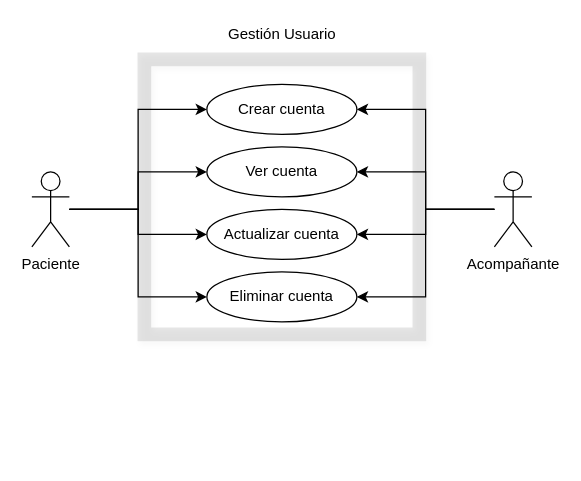
Earlier version of the draw.io diagram Untitled Diagram.drawio (eleanorMarquez/Goniometro). Source tidied: cells renumbered, new cells numbered last; positions are measured from the earlier drawing's top-left corner, leaving out a move shared by most shapes. Both pictures are drawn from the tidied source at 125%, with x=0, y=0 at pixel (31, 21).
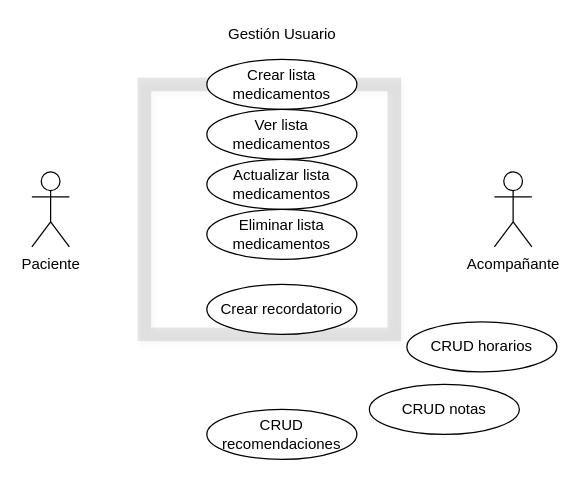
The same page after the edit.

Diff of the diagram source:
```diff
@@
 <mxGraphModel>
   <root>
     <mxCell id="0" />
     <mxCell id="1" parent="0" />
-    <mxCell id="2" style="edgeStyle=orthogonalEdgeStyle;rounded=0;jettySize=auto;html=1;entryX=0;entryY=0.5;entryDx=0;entryDy=0;shadow=0;sketch=0;" parent="1" edge="1" source="6" target="13">
-      <mxGeometry relative="1" as="geometry" />
-    </mxCell>
-    <mxCell id="3" style="edgeStyle=orthogonalEdgeStyle;rounded=0;sketch=0;jettySize=auto;html=1;entryX=0;entryY=0.5;entryDx=0;entryDy=0;shadow=0;" parent="1" edge="1" source="6" target="14">
-      <mxGeometry relative="1" as="geometry" />
-    </mxCell>
-    <mxCell id="4" style="edgeStyle=orthogonalEdgeStyle;rounded=0;sketch=0;jettySize=auto;html=1;entryX=0;entryY=0.5;entryDx=0;entryDy=0;shadow=0;" parent="1" edge="1" source="6" target="15">
-      <mxGeometry relative="1" as="geometry" />
-    </mxCell>
-    <mxCell id="5" style="edgeStyle=orthogonalEdgeStyle;rounded=0;sketch=0;jettySize=auto;html=1;entryX=0;entryY=0.5;entryDx=0;entryDy=0;shadow=0;" parent="1" edge="1" source="6" target="16">
-      <mxGeometry relative="1" as="geometry" />
-    </mxCell>
     <mxCell id="6" value="Paciente" style="shape=umlActor;verticalLabelPosition=bottom;verticalAlign=top;html=1;outlineConnect=0;" parent="1" vertex="1">
       <mxGeometry y="120" width="30" height="60" as="geometry" />
     </mxCell>
-    <mxCell id="7" style="edgeStyle=orthogonalEdgeStyle;rounded=0;sketch=0;jettySize=auto;html=1;entryX=1;entryY=0.5;entryDx=0;entryDy=0;shadow=0;" parent="1" edge="1" source="10" target="13">
-      <mxGeometry relative="1" as="geometry" />
-    </mxCell>
-    <mxCell id="8" style="edgeStyle=orthogonalEdgeStyle;rounded=0;sketch=0;jettySize=auto;html=1;shadow=0;" parent="1" edge="1" source="10" target="14">
-      <mxGeometry relative="1" as="geometry" />
-    </mxCell>
-    <mxCell id="9" style="edgeStyle=orthogonalEdgeStyle;rounded=0;sketch=0;jettySize=auto;html=1;entryX=1;entryY=0.5;entryDx=0;entryDy=0;shadow=0;" parent="1" edge="1" source="10" target="15">
-      <mxGeometry relative="1" as="geometry" />
-    </mxCell>
     <mxCell id="10" value="Acompañante" style="shape=umlActor;verticalLabelPosition=bottom;verticalAlign=top;html=1;outlineConnect=0;" parent="1" vertex="1">
       <mxGeometry x="370" y="120" width="30" height="60" as="geometry" />
     </mxCell>
     <mxCell id="11" value="Gestión Usuario" style="text;html=1;align=center;verticalAlign=middle;strokeColor=none;" parent="1" vertex="1">
       <mxGeometry x="150" width="100" height="20" as="geometry" />
     </mxCell>
     <mxCell id="12" style="whiteSpace=wrap;html=1;opacity=10;glass=0;shadow=1;strokeWidth=11;rounded=0;sketch=0;perimeterSpacing=50;gradientDirection=west;fillColor=none;" parent="1" vertex="1">
-      <mxGeometry x="90" y="30" width="220" height="220" as="geometry" />
+      <mxGeometry x="90" y="50" width="200" height="200" as="geometry" />
     </mxCell>
-    <mxCell id="13" value="Crear cuenta" style="ellipse;whiteSpace=wrap;html=1;" parent="1" vertex="1">
-      <mxGeometry x="140" y="50" width="120" height="40" as="geometry" />
+    <mxCell id="13" value="Crear lista medicamentos" style="ellipse;whiteSpace=wrap;html=1;" parent="1" vertex="1">
+      <mxGeometry x="140" y="30" width="120" height="40" as="geometry" />
     </mxCell>
-    <mxCell id="14" value="Ver cuenta" style="ellipse;whiteSpace=wrap;html=1;" parent="1" vertex="1">
-      <mxGeometry x="140" y="100" width="120" height="40" as="geometry" />
+    <mxCell id="14" value="Crear recordatorio" style="ellipse;whiteSpace=wrap;html=1;" parent="1" vertex="1">
+      <mxGeometry x="140" y="210" width="120" height="40" as="geometry" />
     </mxCell>
-    <mxCell id="15" value="Actualizar cuenta" style="ellipse;whiteSpace=wrap;html=1;" parent="1" vertex="1">
-      <mxGeometry x="140" y="150" width="120" height="40" as="geometry" />
+    <mxCell id="15" value="CRUD horarios" style="ellipse;whiteSpace=wrap;html=1;" parent="1" vertex="1">
+      <mxGeometry x="300" y="240" width="120" height="40" as="geometry" />
     </mxCell>
-    <mxCell id="16" value="Eliminar cuenta" style="ellipse;whiteSpace=wrap;html=1;" parent="1" vertex="1">
-      <mxGeometry x="140" y="200" width="120" height="40" as="geometry" />
+    <mxCell id="16" value="CRUD notas" style="ellipse;whiteSpace=wrap;html=1;" parent="1" vertex="1">
+      <mxGeometry x="270" y="290" width="120" height="40" as="geometry" />
     </mxCell>
-    <mxCell id="17" style="edgeStyle=orthogonalEdgeStyle;rounded=0;sketch=0;jettySize=auto;html=1;entryX=1;entryY=0.5;entryDx=0;entryDy=0;shadow=0;" parent="1" edge="1" source="10" target="16">
-      <mxGeometry relative="1" as="geometry" />
-    </mxCell>
+    <mxCell id="18" value="CRUD recomendaciones" style="ellipse;whiteSpace=wrap;html=1;" parent="1" vertex="1">
+      <mxGeometry x="140" y="310" width="120" height="40" as="geometry" />
+    </mxCell>
+    <mxCell id="19" value="Ver lista medicamentos" style="ellipse;whiteSpace=wrap;html=1;" parent="1" vertex="1">
+      <mxGeometry x="140" y="70" width="120" height="40" as="geometry" />
+    </mxCell>
+    <mxCell id="20" value="Actualizar lista medicamentos" style="ellipse;whiteSpace=wrap;html=1;" parent="1" vertex="1">
+      <mxGeometry x="140" y="110" width="120" height="40" as="geometry" />
+    </mxCell>
+    <mxCell id="21" value="Eliminar lista medicamentos" style="ellipse;whiteSpace=wrap;html=1;" parent="1" vertex="1">
+      <mxGeometry x="140" y="150" width="120" height="40" as="geometry" />
+    </mxCell>
   </root>
 </mxGraphModel>
```
